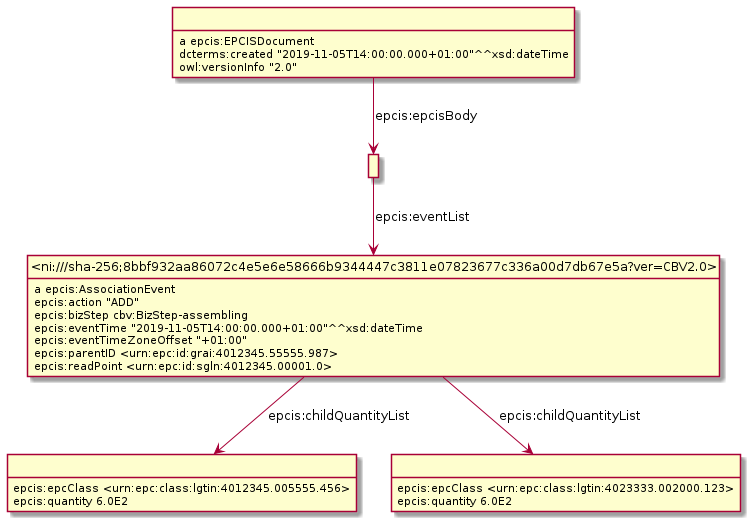
The PlantUML diagram Diagrams/AssociationEvent/AssociationEvent-e.png in gs1/EPCIS, before a commit.
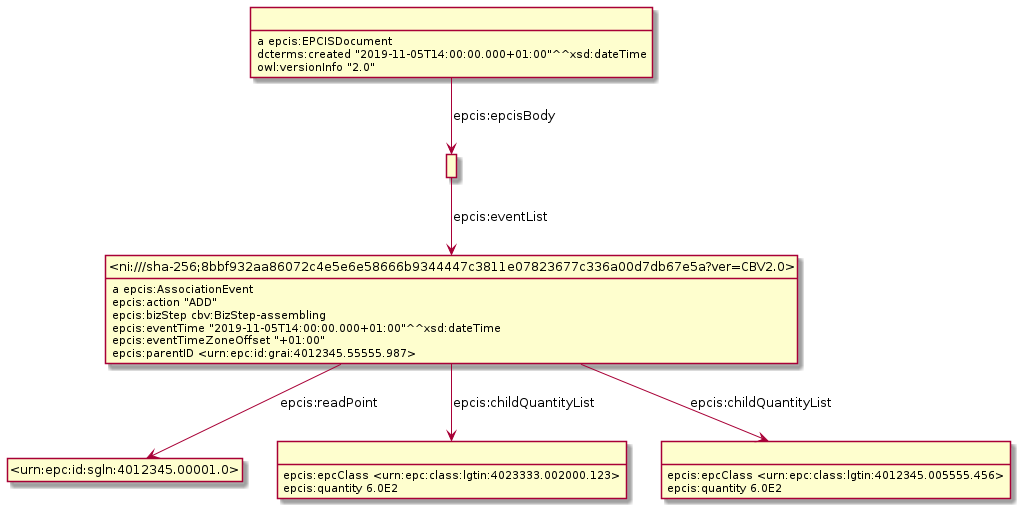
The same diagram one commit later.

The edit, as a diff of the source:
```diff
@@ -3,27 +3,28 @@
 hide empty attributes
 hide circle
 skinparam classAttributeIconSize 0
-class _r1631889731r2_ as " "
-_r1631889731r2_ : epcis:epcClass <urn:epc:class:lgtin:4012345.005555.456>
-_r1631889731r2_ : epcis:quantity 6.0E2
-class _r1631889731r0_ as " "
-_r1631889731r0_ : a epcis:EPCISDocument
-class _r1631889731r1_ as " "
-_r1631889731r0_ -down-> _r1631889731r1_ : epcis:epcisBody
-_r1631889731r0_ : dcterms:created "2019-11-05T14:00:00.000+01:00"^^xsd:dateTime
-_r1631889731r0_ : owl:versionInfo "2.0"
 class _ni_sha_256_8bbf932aa86072c4e5e6e58666b9344447c3811e07823677c336a00d7db67e5a_ver_CBV2_0_ as "<ni:///sha-256;8bbf932aa86072c4e5e6e58666b9344447c3811e07823677c336a00d7db67e5a?ver=CBV2.0>"
-_r1631889731r1_ -down-> _ni_sha_256_8bbf932aa86072c4e5e6e58666b9344447c3811e07823677c336a00d7db67e5a_ver_CBV2_0_ : epcis:eventList
 _ni_sha_256_8bbf932aa86072c4e5e6e58666b9344447c3811e07823677c336a00d7db67e5a_ver_CBV2_0_ : a epcis:AssociationEvent
-_ni_sha_256_8bbf932aa86072c4e5e6e58666b9344447c3811e07823677c336a00d7db67e5a_ver_CBV2_0_ -down-> _r1631889731r2_ : epcis:childQuantityList
-class _r1631889731r3_ as " "
-_ni_sha_256_8bbf932aa86072c4e5e6e58666b9344447c3811e07823677c336a00d7db67e5a_ver_CBV2_0_ -down-> _r1631889731r3_ : epcis:childQuantityList
+class _urn_epc_id_sgln_4012345_00001_0_ as "<urn:epc:id:sgln:4012345.00001.0>"
+_ni_sha_256_8bbf932aa86072c4e5e6e58666b9344447c3811e07823677c336a00d7db67e5a_ver_CBV2_0_ -down-> _urn_epc_id_sgln_4012345_00001_0_ : epcis:readPoint
+class _r1632232180r3_ as " "
+_ni_sha_256_8bbf932aa86072c4e5e6e58666b9344447c3811e07823677c336a00d7db67e5a_ver_CBV2_0_ -down-> _r1632232180r3_ : epcis:childQuantityList
+class _r1632232180r2_ as " "
+_ni_sha_256_8bbf932aa86072c4e5e6e58666b9344447c3811e07823677c336a00d7db67e5a_ver_CBV2_0_ -down-> _r1632232180r2_ : epcis:childQuantityList
 _ni_sha_256_8bbf932aa86072c4e5e6e58666b9344447c3811e07823677c336a00d7db67e5a_ver_CBV2_0_ : epcis:action "ADD"
 _ni_sha_256_8bbf932aa86072c4e5e6e58666b9344447c3811e07823677c336a00d7db67e5a_ver_CBV2_0_ : epcis:bizStep cbv:BizStep-assembling
 _ni_sha_256_8bbf932aa86072c4e5e6e58666b9344447c3811e07823677c336a00d7db67e5a_ver_CBV2_0_ : epcis:eventTime "2019-11-05T14:00:00.000+01:00"^^xsd:dateTime
 _ni_sha_256_8bbf932aa86072c4e5e6e58666b9344447c3811e07823677c336a00d7db67e5a_ver_CBV2_0_ : epcis:eventTimeZoneOffset "+01:00"
 _ni_sha_256_8bbf932aa86072c4e5e6e58666b9344447c3811e07823677c336a00d7db67e5a_ver_CBV2_0_ : epcis:parentID <urn:epc:id:grai:4012345.55555.987>
-_ni_sha_256_8bbf932aa86072c4e5e6e58666b9344447c3811e07823677c336a00d7db67e5a_ver_CBV2_0_ : epcis:readPoint <urn:epc:id:sgln:4012345.00001.0>
-_r1631889731r3_ : epcis:epcClass <urn:epc:class:lgtin:4023333.002000.123>
-_r1631889731r3_ : epcis:quantity 6.0E2
+_r1632232180r2_ : epcis:epcClass <urn:epc:class:lgtin:4012345.005555.456>
+_r1632232180r2_ : epcis:quantity 6.0E2
+class _r1632232180r0_ as " "
+_r1632232180r0_ : a epcis:EPCISDocument
+class _r1632232180r1_ as " "
+_r1632232180r0_ -down-> _r1632232180r1_ : epcis:epcisBody
+_r1632232180r0_ : dcterms:created "2019-11-05T14:00:00.000+01:00"^^xsd:dateTime
+_r1632232180r0_ : owl:versionInfo "2.0"
+_r1632232180r1_ -down-> _ni_sha_256_8bbf932aa86072c4e5e6e58666b9344447c3811e07823677c336a00d7db67e5a_ver_CBV2_0_ : epcis:eventList
+_r1632232180r3_ : epcis:epcClass <urn:epc:class:lgtin:4023333.002000.123>
+_r1632232180r3_ : epcis:quantity 6.0E2
 @enduml
```
